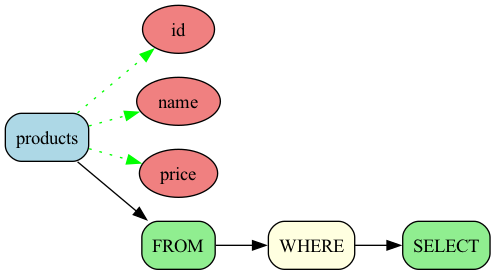
Above: examples/create_query_operation.png in rot1024/sqloflow (Graphviz), before the change. Its source is kept beside it as examples/create_query_operation.dot.
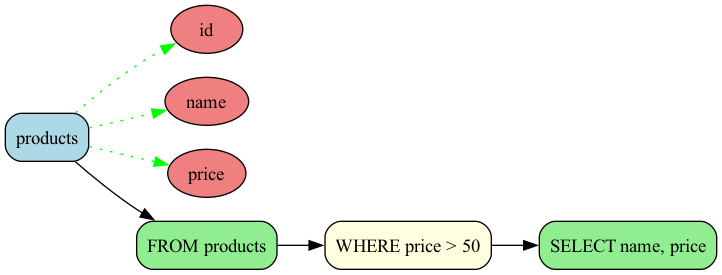
The same file after the commit.

Change to the diagram source:
```diff
@@ -6,9 +6,9 @@
   node_1 [label="id", fillcolor=lightcoral, style="filled,rounded", shape=ellipse];
   node_2 [label="name", fillcolor=lightcoral, style="filled,rounded", shape=ellipse];
   node_3 [label="price", fillcolor=lightcoral, style="filled,rounded", shape=ellipse];
-  node_4 [label="FROM", fillcolor=lightgreen, style="filled,rounded"];
-  node_6 [label="SELECT", fillcolor=lightgreen, style="filled,rounded"];
-  node_5 [label="WHERE", fillcolor=lightyellow, style="filled,rounded"];
+  node_4 [label="FROM products", fillcolor=lightgreen, style="filled,rounded"];
+  node_6 [label="SELECT name, price", fillcolor=lightgreen, style="filled,rounded"];
+  node_5 [label="WHERE price > 50", fillcolor=lightyellow, style="filled,rounded"];
 
   node_0 -> node_1 [color=green, style=dotted];
   node_0 -> node_2 [color=green, style=dotted];
```
